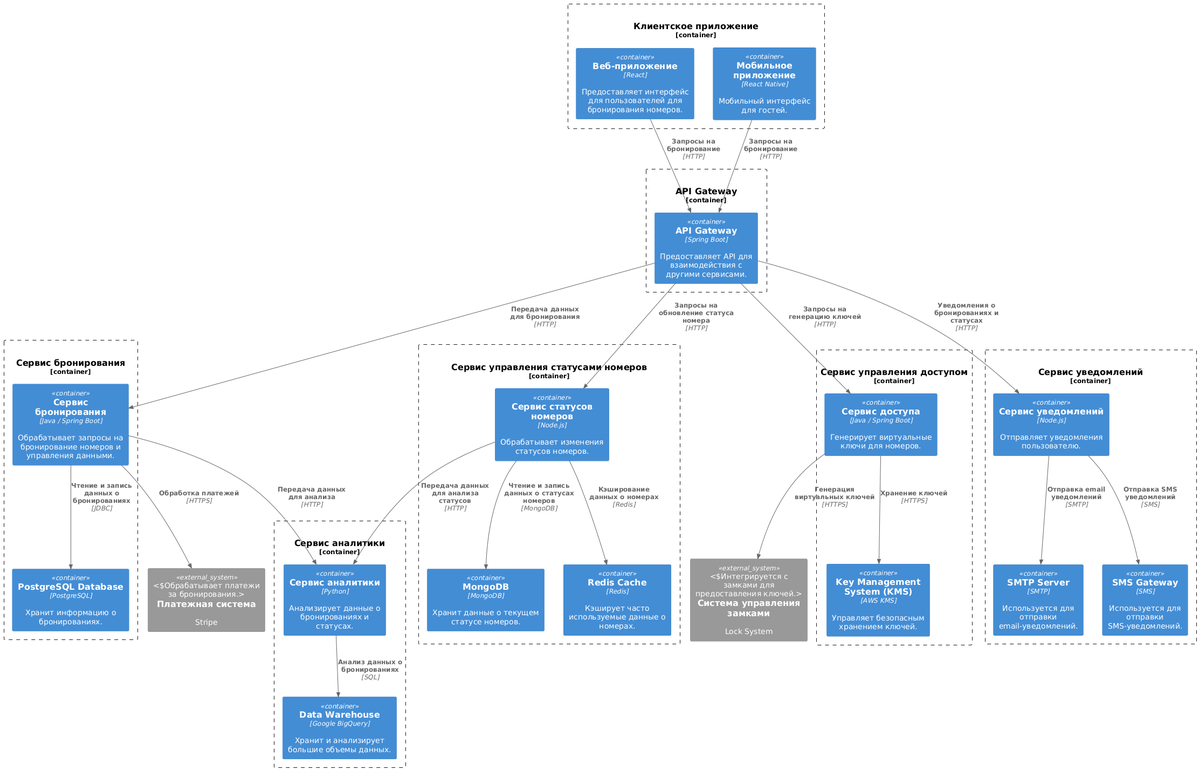
mrsolodov/sahomeworks keeps this PlantUML diagram as res/hm_04_02.png. Above is the earlier version. Its diagram source:
```plantuml
@startuml
!include https://raw.githubusercontent.com/plantuml-stdlib/C4-PlantUML/master/C4_Container.puml

Container_Boundary(client, "Клиентское приложение", "Мобильное приложение и веб-приложение") {
    Container(web, "Веб-приложение", "React", "Предоставляет интерфейс для пользователей для бронирования номеров.")
    Container(mobile, "Мобильное приложение", "React Native", "Мобильный интерфейс для гостей.")
}

Container_Boundary(apiGateway, "API Gateway", "API Gateway") {
    Container(api, "API Gateway", "Spring Boot", "Предоставляет API для взаимодействия с другими сервисами.")
}

Container_Boundary(bookingService, "Сервис бронирования", "Booking Service") {
    Container(booking, "Сервис бронирования", "Java / Spring Boot", "Обрабатывает запросы на бронирование номеров и управления данными.")
    Container(postgres, "PostgreSQL Database", "PostgreSQL", "Хранит информацию о бронированиях.")
}

Container_Boundary(roomStatusService, "Сервис управления статусами номеров", "Room Status Service") {
    Container(roomStatus, "Сервис статусов номеров", "Node.js", "Обрабатывает изменения статусов номеров.")
    Container(mongoDb, "MongoDB", "MongoDB", "Хранит данные о текущем статусе номеров.")
    Container(redis, "Redis Cache", "Redis", "Кэширует часто используемые данные о номерах.")
}

Container_Boundary(accessControlService, "Сервис управления доступом", "Access Control Service") {
    Container(accessControl, "Сервис доступа", "Java / Spring Boot", "Генерирует виртуальные ключи для номеров.")
    Container(kms, "Key Management System (KMS)", "AWS KMS", "Управляет безопасным хранением ключей.")
}

Container_Boundary(notificationService, "Сервис уведомлений", "Notification Service") {
    Container(notification, "Сервис уведомлений", "Node.js", "Отправляет уведомления пользователю.")
    Container(smtp, "SMTP Server", "SMTP", "Используется для отправки email-уведомлений.")
    Container(smsGateway, "SMS Gateway", "SMS", "Используется для отправки SMS-уведомлений.")
}

Container_Boundary(analyticsService, "Сервис аналитики", "Analytics Service") {
    Container(analytics, "Сервис аналитики", "Python", "Анализирует данные о бронированиях и статусах.")
    Container(bigQuery, "Data Warehouse", "Google BigQuery", "Хранит и анализирует большие объемы данных.")
}

System_Ext(paymentSystem, "Платежная система", "Stripe", "Обрабатывает платежи за бронирования.")
System_Ext(lockSystem, "Система управления замками", "Lock System", "Интегрируется с замками для предоставления ключей.")

Rel(web, api, "Запросы на бронирование", "HTTP")
Rel(mobile, api, "Запросы на бронирование", "HTTP")
Rel(api, booking, "Передача данных для бронирования", "HTTP")
Rel(booking, postgres, "Чтение и запись данных о бронированиях", "JDBC")
Rel(api, roomStatus, "Запросы на обновление статуса номера", "HTTP")
Rel(roomStatus, mongoDb, "Чтение и запись данных о статусах номеров", "MongoDB")
Rel(roomStatus, redis, "Кэширование данных о номерах", "Redis")
Rel(api, accessControl, "Запросы на генерацию ключей", "HTTP")
Rel(accessControl, kms, "Хранение ключей", "HTTPS")
Rel(api, notification, "Уведомления о бронированиях и статусах", "HTTP")
Rel(notification, smtp, "Отправка email уведомлений", "SMTP")
Rel(notification, smsGateway, "Отправка SMS уведомлений", "SMS")
Rel(analytics, bigQuery, "Анализ данных о бронированиях", "SQL")
Rel(booking, analytics, "Передача данных для анализа", "HTTP")
Rel(roomStatus, analytics, "Передача данных для анализа статусов", "HTTP")
Rel(booking, paymentSystem, "Обработка платежей", "HTTPS")
Rel(accessControl, lockSystem, "Генерация виртуальных ключей", "HTTPS")
@enduml
```
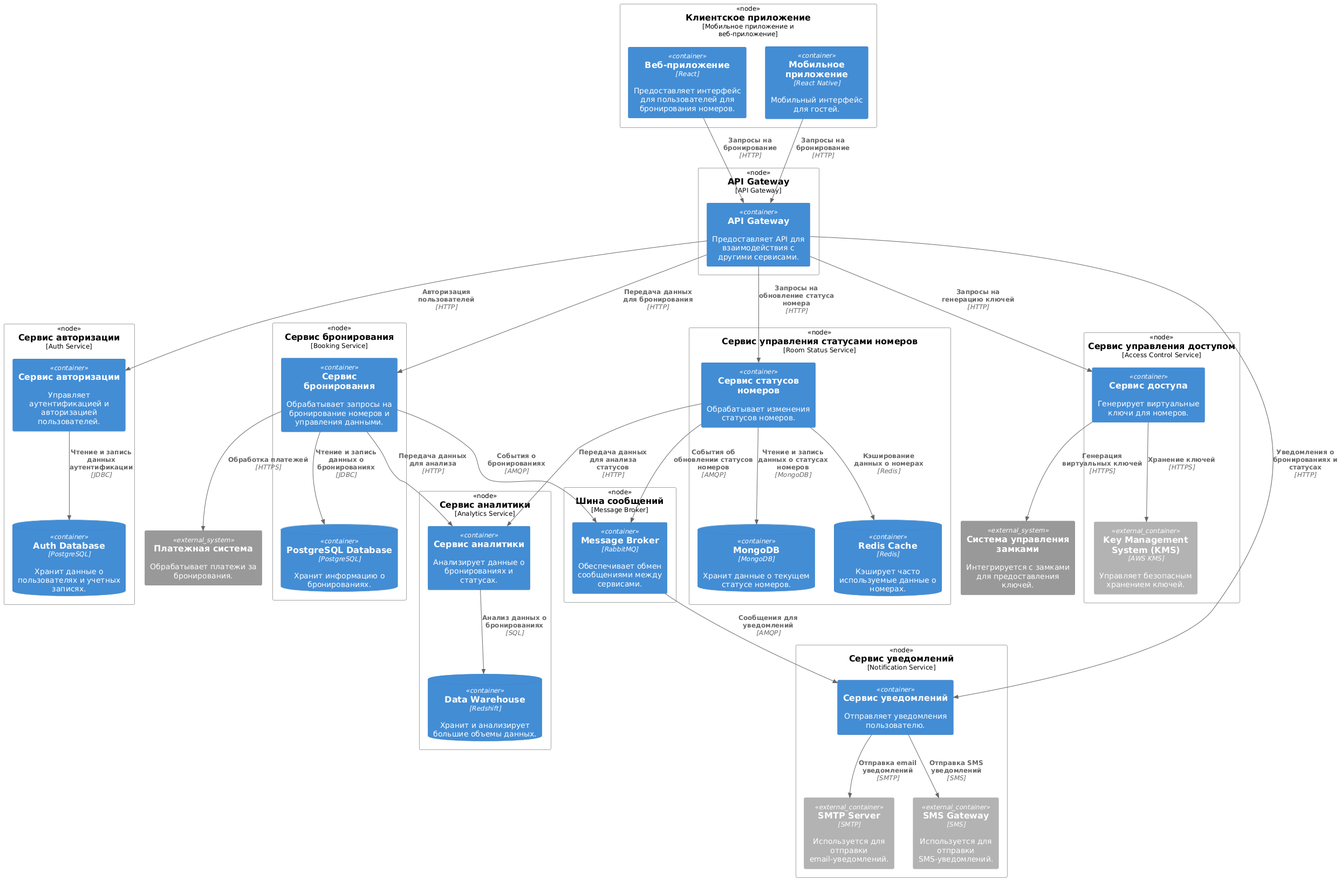
Above is the later version.

The edit, as a diff of the source:
```diff
@@ -1,47 +1,60 @@
 @startuml
 !include https://raw.githubusercontent.com/plantuml-stdlib/C4-PlantUML/master/C4_Container.puml
+!include https://raw.githubusercontent.com/plantuml-stdlib/C4-PlantUML/master/C4_Deployment.puml
+!include https://raw.githubusercontent.com/plantuml-stdlib/C4-PlantUML/master/C4_Component.puml
 
-Container_Boundary(client, "Клиентское приложение", "Мобильное приложение и веб-приложение") {
+Deployment_Node(client, "Клиентское приложение", "Мобильное приложение и веб-приложение") {
     Container(web, "Веб-приложение", "React", "Предоставляет интерфейс для пользователей для бронирования номеров.")
     Container(mobile, "Мобильное приложение", "React Native", "Мобильный интерфейс для гостей.")
 }
 
-Container_Boundary(apiGateway, "API Gateway", "API Gateway") {
-    Container(api, "API Gateway", "Spring Boot", "Предоставляет API для взаимодействия с другими сервисами.")
+Deployment_Node(apiGateway, "API Gateway", "API Gateway") {
+    Container(api, "API Gateway", "", "Предоставляет API для взаимодействия с другими сервисами.")
 }
 
-Container_Boundary(bookingService, "Сервис бронирования", "Booking Service") {
-    Container(booking, "Сервис бронирования", "Java / Spring Boot", "Обрабатывает запросы на бронирование номеров и управления данными.")
-    Container(postgres, "PostgreSQL Database", "PostgreSQL", "Хранит информацию о бронированиях.")
+Deployment_Node(authService, "Сервис авторизации", "Auth Service") {
+    Container(auth, "Сервис авторизации", "", "Управляет аутентификацией и авторизацией пользователей.")
+    ContainerDb(authDb, "Auth Database", "PostgreSQL", "Хранит данные о пользователях и учетных записях.")
 }
 
-Container_Boundary(roomStatusService, "Сервис управления статусами номеров", "Room Status Service") {
-    Container(roomStatus, "Сервис статусов номеров", "Node.js", "Обрабатывает изменения статусов номеров.")
-    Container(mongoDb, "MongoDB", "MongoDB", "Хранит данные о текущем статусе номеров.")
-    Container(redis, "Redis Cache", "Redis", "Кэширует часто используемые данные о номерах.")
+Deployment_Node(messageBroker, "Шина сообщений", "Message Broker") {
+    Container(rabbitMQ, "Message Broker", "RabbitMQ", "Обеспечивает обмен сообщениями между сервисами.")
 }
 
-Container_Boundary(accessControlService, "Сервис управления доступом", "Access Control Service") {
-    Container(accessControl, "Сервис доступа", "Java / Spring Boot", "Генерирует виртуальные ключи для номеров.")
-    Container(kms, "Key Management System (KMS)", "AWS KMS", "Управляет безопасным хранением ключей.")
+Deployment_Node(bookingService, "Сервис бронирования", "Booking Service") {
+    Container(booking, "Сервис бронирования", "", "Обрабатывает запросы на бронирование номеров и управления данными.")
+    ContainerDb(postgres, "PostgreSQL Database", "PostgreSQL", "Хранит информацию о бронированиях.")
 }
 
-Container_Boundary(notificationService, "Сервис уведомлений", "Notification Service") {
-    Container(notification, "Сервис уведомлений", "Node.js", "Отправляет уведомления пользователю.")
-    Container(smtp, "SMTP Server", "SMTP", "Используется для отправки email-уведомлений.")
-    Container(smsGateway, "SMS Gateway", "SMS", "Используется для отправки SMS-уведомлений.")
+Deployment_Node(roomStatusService, "Сервис управления статусами номеров", "Room Status Service") {
+    Container(roomStatus, "Сервис статусов номеров", "", "Обрабатывает изменения статусов номеров.")
+    ContainerDb(mongoDb, "MongoDB", "MongoDB", "Хранит данные о текущем статусе номеров.")
+    ContainerDb(redis, "Redis Cache", "Redis", "Кэширует часто используемые данные о номерах.")
 }
 
-Container_Boundary(analyticsService, "Сервис аналитики", "Analytics Service") {
-    Container(analytics, "Сервис аналитики", "Python", "Анализирует данные о бронированиях и статусах.")
-    Container(bigQuery, "Data Warehouse", "Google BigQuery", "Хранит и анализирует большие объемы данных.")
+Deployment_Node(accessControlService, "Сервис управления доступом", "Access Control Service") {
+    Container(accessControl, "Сервис доступа", "", "Генерирует виртуальные ключи для номеров.")
+    Container_Ext(kms, "Key Management System (KMS)", "AWS KMS", "Управляет безопасным хранением ключей.")
 }
 
-System_Ext(paymentSystem, "Платежная система", "Stripe", "Обрабатывает платежи за бронирования.")
-System_Ext(lockSystem, "Система управления замками", "Lock System", "Интегрируется с замками для предоставления ключей.")
+Deployment_Node(notificationService, "Сервис уведомлений", "Notification Service") {
+    Container(notification, "Сервис уведомлений", "", "Отправляет уведомления пользователю.")
+    Container_Ext(smtp, "SMTP Server", "SMTP", "Используется для отправки email-уведомлений.")
+    Container_Ext(smsGateway, "SMS Gateway", "SMS", "Используется для отправки SMS-уведомлений.")
+}
+
+Deployment_Node(analyticsService, "Сервис аналитики", "Analytics Service") {
+    Container(analytics, "Сервис аналитики", "", "Анализирует данные о бронированиях и статусах.")
+    ContainerDb(bigQuery, "Data Warehouse", "Redshift", "Хранит и анализирует большие объемы данных.")
+}
+
+System_Ext(paymentSystem, "Платежная система", "Обрабатывает платежи за бронирования.", "")
+System_Ext(lockSystem, "Система управления замками", "Интегрируется с замками для предоставления ключей.", "")
 
 Rel(web, api, "Запросы на бронирование", "HTTP")
 Rel(mobile, api, "Запросы на бронирование", "HTTP")
+Rel(api, auth, "Авторизация пользователей", "HTTP")
+Rel(auth, authDb, "Чтение и запись данных аутентификации", "JDBC")
 Rel(api, booking, "Передача данных для бронирования", "HTTP")
 Rel(booking, postgres, "Чтение и запись данных о бронированиях", "JDBC")
 Rel(api, roomStatus, "Запросы на обновление статуса номера", "HTTP")
@@ -57,4 +70,7 @@
 Rel(roomStatus, analytics, "Передача данных для анализа статусов", "HTTP")
 Rel(booking, paymentSystem, "Обработка платежей", "HTTPS")
 Rel(accessControl, lockSystem, "Генерация виртуальных ключей", "HTTPS")
+Rel(booking, rabbitMQ, "События о бронированиях", "AMQP")
+Rel(roomStatus, rabbitMQ, "События об обновлении статусов номеров", "AMQP")
+Rel(rabbitMQ, notification, "Сообщения для уведомлений", "AMQP")
 @enduml
```
